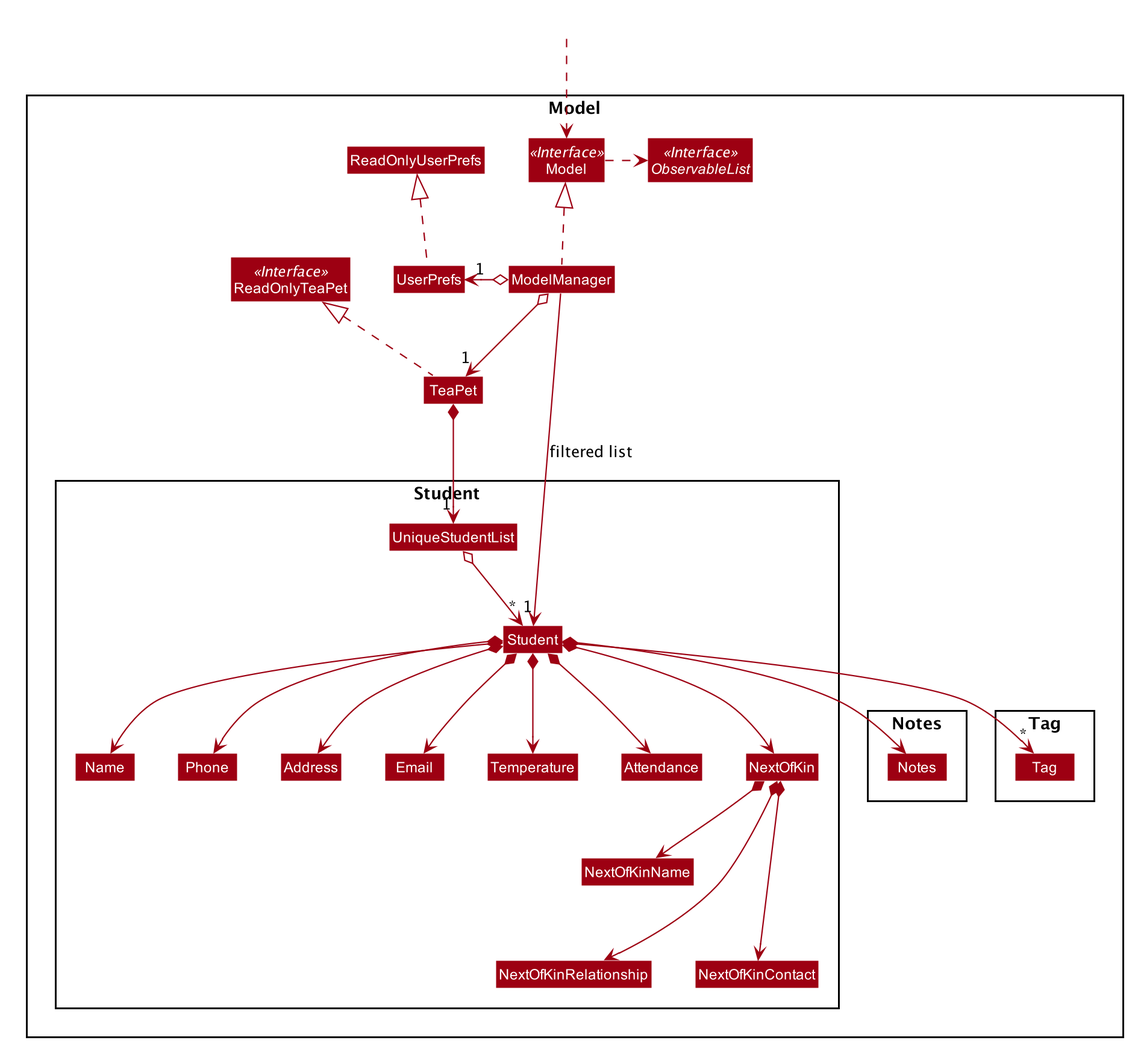
Before: docs/images/ModelClassDiagram.png, a diagram exported from PlantUML (tingalinga/main).
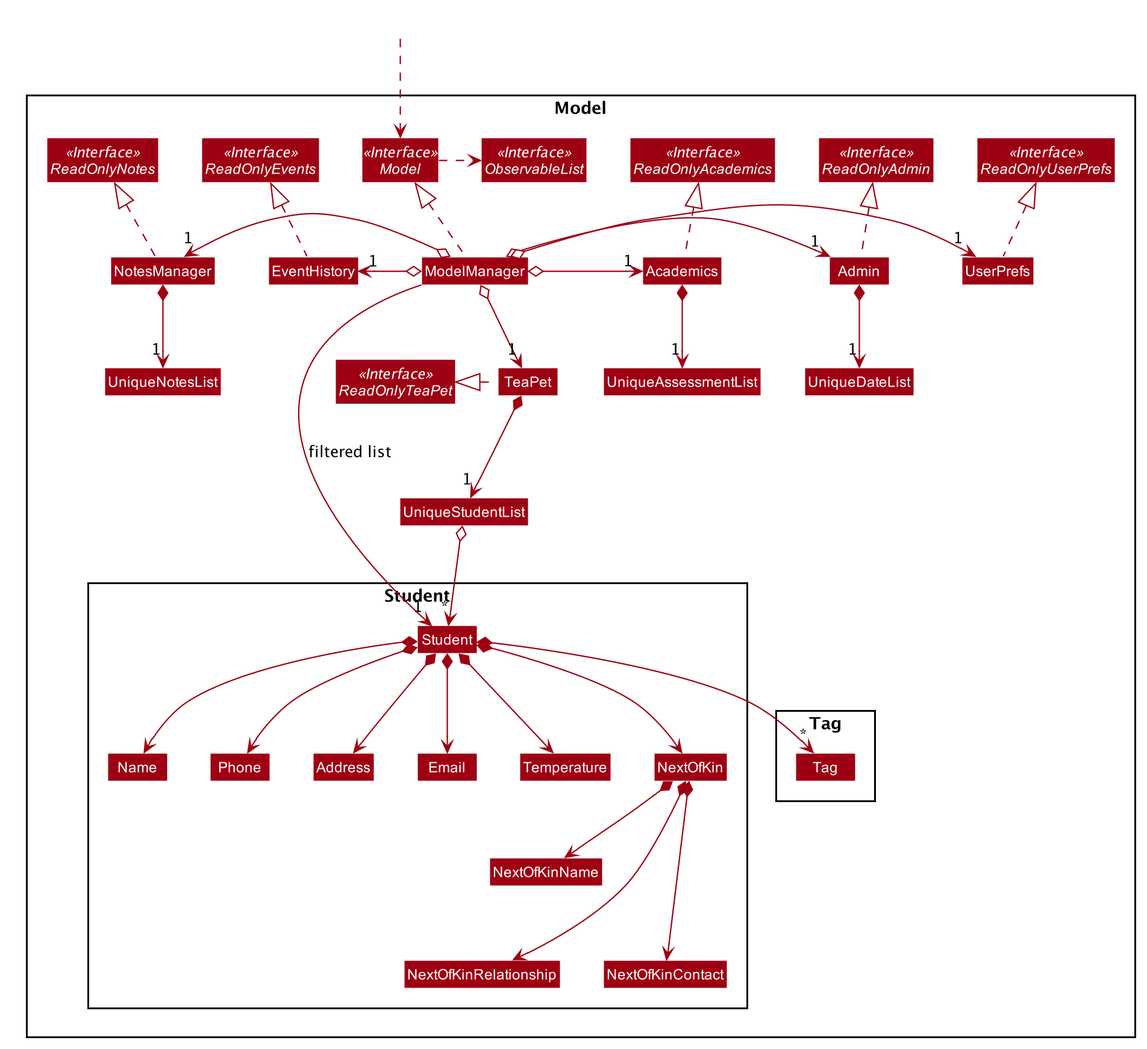
After the change.

Commit message:
Edited Architecture Diagrams

Change to the diagram source:
```diff
@@ -55,13 +55,32 @@
 Interface ReadOnlyTeaPet <<Interface>>
 Interface Model <<Interface>>
 Interface ObservableList <<Interface>>
+Interface ReadOnlyUserPrefs <<Interface>>
 Class TeaPet
-Class ReadOnlyTeaPet
-Class Model
 Class ModelManager
 Class UserPrefs
-Class ReadOnlyUserPrefs
-Class Notes
+
+Interface ReadOnlyAcademics <<Interface>>
+Interface ReadOnlyAdmin <<Interface>>
+Interface ReadOnlyNotes <<Interface>>
+Interface ReadOnlyEvents <<Interface>>
+
+Class Academics
+Class Admin
+Class NotesManager
+Class EventHistory
+Class UniqueStudentList
+Class UniqueAssessmentList
+Class UniqueDateList
+Class UniqueNotesList
+
+Academics .up.|> ReadOnlyAcademics
+Admin .up.|> ReadOnlyAdmin
+NotesManager .up.|> ReadOnlyNotes
+EventHistory .up.|> ReadOnlyEvents
+UserPrefs .up.|> ReadOnlyUserPrefs
+TeaPet .left.|> ReadOnlyTeaPet
+
 
 Package Student {
 Class Student
@@ -69,17 +88,11 @@
 Class Email
 Class Name
 Class Phone
-Class UniqueStudentList
 Class Temperature
-Class Attendance
 Class NextOfKin
 NextOfKin *--> NextOfKinName
 NextOfKin *---> NextOfKinRelationship
 NextOfKin *---> NextOfKinContact
-}
-
-Package Notes {
-Class Notes
 }
 
 Package Tag {
@@ -90,15 +103,21 @@
 Class HiddenOutside #FFFFFF
 HiddenOutside ..> Model
 
-TeaPet .up.|> ReadOnlyTeaPet
-
 ModelManager .up.|> Model
 Model .right.> ObservableList
 ModelManager o--> "1" TeaPet
-ModelManager o-left-> "1" UserPrefs
-UserPrefs .up.|> ReadOnlyUserPrefs
+ModelManager o-right-> "1" Academics
+ModelManager o-right-> "1" Admin
+ModelManager o-left-> "1" NotesManager
+ModelManager o-left-> "1" EventHistory
+ModelManager o-right-> "1" UserPrefs
+
+Academics *--> "1" UniqueAssessmentList
+Admin *--> "1" UniqueDateList
+NotesManager *--> "1" UniqueNotesList
 
 TeaPet *--> "1" UniqueStudentList
+
 UniqueStudentList o--> "*" Student
 Student *--> Name
 Student *--> Phone
@@ -106,10 +125,7 @@
 Student *--> Address
 Student *--> "*" Tag
 Student *--> Temperature
-Student *--> Attendance
 Student *--> NextOfKin
-Student *--> Notes
-
 
 
 Name -[hidden]right-> Phone
```
